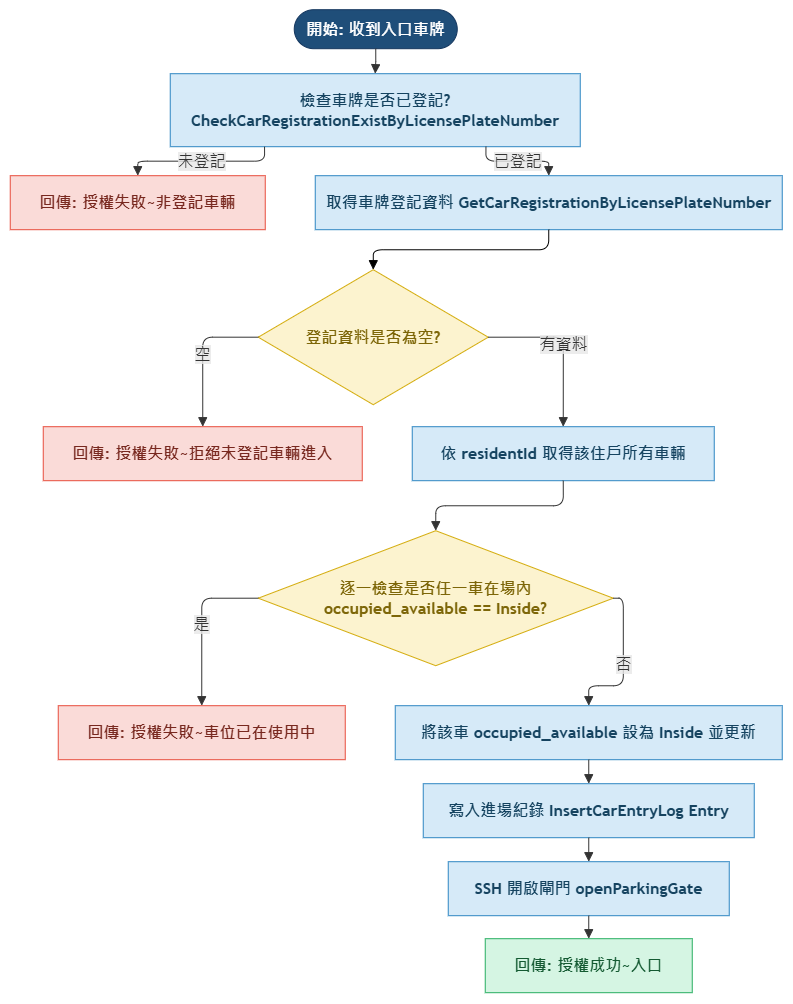
Earlier version of the draw.io export 入口授權詳細流程圖.png (voicetech100/ParkingWeb). Source tidied: cells renumbered, new cells last; positions are measured from the earlier drawing's top-left corner, leaving out a move shared by most shapes. Its diagram source:
```xml
<mxGraphModel>
  <root>
    <mxCell id="0" />
    <mxCell id="1" parent="0" />
    <mxCell id="2" style="group;editIcon=1;lockedGroup=0;groupPadding=10;transparentBounds=1;" parent="1" vertex="1">
      <mxGeometry width="949" height="913" as="geometry" />
    </mxCell>
    <mxCell id="3" value="開始: 收到入口車牌" style="html=1;rounded=1;whiteSpace=wrap;arcSize=50;strokeWidth=1;fillColor=#1F4E79;strokeColor=#14365E;fontColor=#FFFFFF;fontFamily=Trebuchet MS,Verdana,Arial,sans-serif;fontSize=16;fontStyle=1;" parent="2" vertex="1">
      <mxGeometry x="310" y="35" width="163" height="39" as="geometry" />
    </mxCell>
    <mxCell id="4" value="檢查車牌是否已登記?&#10;CheckCarRegistrationExistByLicensePlateNumber" style="html=1;whiteSpace=wrap;strokeWidth=1;fillColor=#D6EAF8;strokeColor=#2E86C1;fontColor=#154360;fontFamily=Trebuchet MS,Verdana,Arial,sans-serif;fontSize=16;fontStyle=1;" parent="2" vertex="1">
      <mxGeometry x="186" y="99" width="410" height="73" as="geometry" />
    </mxCell>
    <mxCell id="5" value="回傳: 授權失敗~非登記車輛" style="html=1;whiteSpace=wrap;strokeWidth=1;fillColor=#FADBD8;strokeColor=#E74C3C;fontColor=#78281F;fontFamily=Trebuchet MS,Verdana,Arial,sans-serif;fontSize=16;fontStyle=1;" parent="2" vertex="1">
      <mxGeometry x="26" y="201" width="255" height="54" as="geometry" />
    </mxCell>
    <mxCell id="6" value="取得車牌登記資料 GetCarRegistrationByLicensePlateNumber" style="html=1;whiteSpace=wrap;strokeWidth=1;fillColor=#D6EAF8;strokeColor=#2E86C1;fontColor=#154360;fontFamily=Trebuchet MS,Verdana,Arial,sans-serif;fontSize=16;fontStyle=1;" parent="2" vertex="1">
      <mxGeometry x="331" y="201" width="467" height="54" as="geometry" />
    </mxCell>
    <mxCell id="7" value="登記資料是否為空?" style="rhombus;html=1;strokeWidth=1;whiteSpace=wrap;fillColor=#FCF3CF;strokeColor=#D4AC0D;fontColor=#7D6608;fontFamily=Trebuchet MS,Verdana,Arial,sans-serif;fontSize=16;fontStyle=1;verticalAlign=middle;" parent="2" vertex="1">
      <mxGeometry x="274" y="295" width="230" height="135" as="geometry" />
    </mxCell>
    <mxCell id="8" value="回傳: 授權失敗~拒絕未登記車輛進入" style="html=1;whiteSpace=wrap;strokeWidth=1;fillColor=#FADBD8;strokeColor=#E74C3C;fontColor=#78281F;fontFamily=Trebuchet MS,Verdana,Arial,sans-serif;fontSize=16;fontStyle=1;" parent="2" vertex="1">
      <mxGeometry x="59" y="452" width="319" height="54" as="geometry" />
    </mxCell>
    <mxCell id="9" value="依 residentId 取得該住戶所有車輛" style="html=1;whiteSpace=wrap;strokeWidth=1;fillColor=#D6EAF8;strokeColor=#2E86C1;fontColor=#154360;fontFamily=Trebuchet MS,Verdana,Arial,sans-serif;fontSize=16;fontStyle=1;" parent="2" vertex="1">
      <mxGeometry x="428" y="452" width="302" height="54" as="geometry" />
    </mxCell>
    <mxCell id="10" value="逐一檢查是否任一車在場內&#10;occupied_available == Inside?" style="rhombus;html=1;strokeWidth=1;whiteSpace=wrap;fillColor=#FCF3CF;strokeColor=#D4AC0D;fontColor=#7D6608;fontFamily=Trebuchet MS,Verdana,Arial,sans-serif;fontSize=16;fontStyle=1;" parent="2" vertex="1">
      <mxGeometry x="274" y="556" width="355" height="135" as="geometry" />
    </mxCell>
    <mxCell id="11" value="回傳: 授權失敗~車位已在使用中" style="html=1;whiteSpace=wrap;strokeWidth=1;fillColor=#FADBD8;strokeColor=#E74C3C;fontColor=#78281F;fontFamily=Trebuchet MS,Verdana,Arial,sans-serif;fontSize=16;fontStyle=1;" parent="2" vertex="1">
      <mxGeometry x="74" y="731" width="287" height="54" as="geometry" />
    </mxCell>
    <mxCell id="12" value="將該車 occupied_available 設為 Inside 並更新" style="html=1;whiteSpace=wrap;strokeWidth=1;fillColor=#D6EAF8;strokeColor=#2E86C1;fontColor=#154360;fontFamily=Trebuchet MS,Verdana,Arial,sans-serif;fontSize=16;fontStyle=1;" parent="2" vertex="1">
      <mxGeometry x="411" y="731" width="387" height="54" as="geometry" />
    </mxCell>
    <mxCell id="13" value="寫入進場紀錄 InsertCarEntryLog Entry" style="html=1;whiteSpace=wrap;strokeWidth=1;fillColor=#D6EAF8;strokeColor=#2E86C1;fontColor=#154360;fontFamily=Trebuchet MS,Verdana,Arial,sans-serif;fontSize=16;fontStyle=1;" parent="2" vertex="1">
      <mxGeometry x="439" y="809" width="331" height="54" as="geometry" />
    </mxCell>
    <mxCell id="14" value="SSH 開啟閘門 openParkingGate" style="html=1;whiteSpace=wrap;strokeWidth=1;fillColor=#D6EAF8;strokeColor=#2E86C1;fontColor=#154360;fontFamily=Trebuchet MS,Verdana,Arial,sans-serif;fontSize=16;fontStyle=1;" parent="2" vertex="1">
      <mxGeometry x="464" y="887" width="281" height="54" as="geometry" />
    </mxCell>
    <mxCell id="15" value="回傳: 授權成功~入口" style="html=1;whiteSpace=wrap;strokeWidth=1;fillColor=#D5F5E3;strokeColor=#27AE60;fontColor=#145A32;fontFamily=Trebuchet MS,Verdana,Arial,sans-serif;fontSize=16;fontStyle=1;" parent="2" vertex="1">
      <mxGeometry x="501" y="964" width="207" height="54" as="geometry" />
    </mxCell>
    <mxCell id="16" style="startArrow=none;endArrow=block;endSize=7;strokeColor=light-dark(#333333,#cccccc);exitX=0.5;exitY=1;entryX=0.5;entryY=0;rounded=0;edgeStyle=orthogonalEdgeStyle;" parent="2" edge="1" source="3" target="4">
      <mxGeometry relative="1" as="geometry" />
    </mxCell>
    <mxCell id="17" value="未登記" style="startArrow=none;endArrow=block;endSize=7;strokeColor=light-dark(#333333,#cccccc);html=1;fontSize=16;labelBackgroundColor=light-dark(#E8E8E88D,#2a2a2a8D);fontFamily=Trebuchet MS,Verdana,Arial,sans-serif;fontColor=light-dark(#333333,#cccccc);exitX=0.23;exitY=1;entryX=0.5;entryY=0;rounded=1;edgeStyle=orthogonalEdgeStyle;curved=0;" parent="2" edge="1" source="4" target="5">
      <mxGeometry relative="1" as="geometry" />
    </mxCell>
    <mxCell id="18" value="已登記" style="startArrow=none;endArrow=block;endSize=7;strokeColor=light-dark(#333333,#cccccc);html=1;fontSize=16;labelBackgroundColor=light-dark(#E8E8E88D,#2a2a2a8D);fontFamily=Trebuchet MS,Verdana,Arial,sans-serif;fontColor=light-dark(#333333,#cccccc);exitX=0.77;exitY=1;entryX=0.5;entryY=0;rounded=1;edgeStyle=orthogonalEdgeStyle;curved=0;" parent="2" edge="1" source="4" target="6">
      <mxGeometry relative="1" as="geometry" />
    </mxCell>
    <mxCell id="19" style="startArrow=none;endArrow=block;endSize=7;strokeColor=default;exitX=0.5;exitY=1;entryX=0.5;entryY=0;rounded=1;edgeStyle=orthogonalEdgeStyle;entryDx=0;entryDy=0;strokeWidth=1;curved=0;" parent="2" edge="1" source="6" target="7">
      <mxGeometry relative="1" as="geometry" />
    </mxCell>
    <mxCell id="20" value="空" style="startArrow=none;endArrow=block;endSize=7;strokeColor=light-dark(#333333,#cccccc);html=1;fontSize=16;labelBackgroundColor=light-dark(#E8E8E88D,#2a2a2a8D);fontFamily=Trebuchet MS,Verdana,Arial,sans-serif;fontColor=light-dark(#333333,#cccccc);exitX=0;exitY=0.5;entryX=0.5;entryY=0;rounded=1;edgeStyle=orthogonalEdgeStyle;exitDx=0;exitDy=0;curved=0;" parent="2" edge="1" source="7" target="8">
      <mxGeometry relative="1" as="geometry" />
    </mxCell>
    <mxCell id="21" value="有資料" style="startArrow=none;endArrow=block;endSize=7;strokeColor=light-dark(#333333,#cccccc);html=1;fontSize=16;labelBackgroundColor=light-dark(#E8E8E88D,#2a2a2a8D);fontFamily=Trebuchet MS,Verdana,Arial,sans-serif;fontColor=light-dark(#333333,#cccccc);exitX=1;exitY=0.5;entryX=0.5;entryY=0;rounded=1;verticalAlign=middle;align=center;edgeStyle=orthogonalEdgeStyle;exitDx=0;exitDy=0;curved=0;" parent="2" edge="1" source="7" target="9">
      <mxGeometry relative="1" as="geometry" />
    </mxCell>
    <mxCell id="22" style="startArrow=none;endArrow=block;endSize=7;strokeColor=light-dark(#333333,#cccccc);exitX=0.5;exitY=1;entryX=0.5;entryY=0;rounded=1;edgeStyle=orthogonalEdgeStyle;curved=0;" parent="2" edge="1" source="9" target="10">
      <mxGeometry relative="1" as="geometry" />
    </mxCell>
    <mxCell id="23" value="是" style="startArrow=none;endArrow=block;endSize=7;strokeColor=light-dark(#333333,#cccccc);html=1;fontSize=16;labelBackgroundColor=light-dark(#E8E8E88D,#2a2a2a8D);fontFamily=Trebuchet MS,Verdana,Arial,sans-serif;fontColor=light-dark(#333333,#cccccc);exitX=0;exitY=0.5;entryX=0.5;entryY=0;rounded=1;edgeStyle=orthogonalEdgeStyle;exitDx=0;exitDy=0;curved=0;" parent="2" edge="1" source="10" target="11">
      <mxGeometry relative="1" as="geometry" />
    </mxCell>
    <mxCell id="24" value="否" style="startArrow=none;endArrow=block;endSize=7;strokeColor=light-dark(#333333,#cccccc);html=1;fontSize=16;labelBackgroundColor=light-dark(#E8E8E88D,#2a2a2a8D);fontFamily=Trebuchet MS,Verdana,Arial,sans-serif;fontColor=light-dark(#333333,#cccccc);exitX=1;exitY=0.5;entryX=0.5;entryY=0;rounded=1;edgeStyle=orthogonalEdgeStyle;exitDx=0;exitDy=0;curved=0;" parent="2" edge="1" source="10" target="12">
      <mxGeometry relative="1" as="geometry" />
    </mxCell>
    <mxCell id="25" style="startArrow=none;endArrow=block;endSize=7;strokeColor=light-dark(#333333,#cccccc);exitX=0.5;exitY=1;entryX=0.5;entryY=0;rounded=0;edgeStyle=orthogonalEdgeStyle;" parent="2" edge="1" source="12" target="13">
      <mxGeometry relative="1" as="geometry" />
    </mxCell>
    <mxCell id="26" style="startArrow=none;endArrow=block;endSize=7;strokeColor=light-dark(#333333,#cccccc);exitX=0.5;exitY=1;entryX=0.5;entryY=0;rounded=0;edgeStyle=orthogonalEdgeStyle;" parent="2" edge="1" source="13" target="14">
      <mxGeometry relative="1" as="geometry" />
    </mxCell>
    <mxCell id="27" style="startArrow=none;endArrow=block;endSize=7;strokeColor=light-dark(#333333,#cccccc);exitX=0.5;exitY=1;entryX=0.5;entryY=0;rounded=0;edgeStyle=orthogonalEdgeStyle;" parent="2" edge="1" source="14" target="15">
      <mxGeometry relative="1" as="geometry" />
    </mxCell>
  </root>
</mxGraphModel>
```
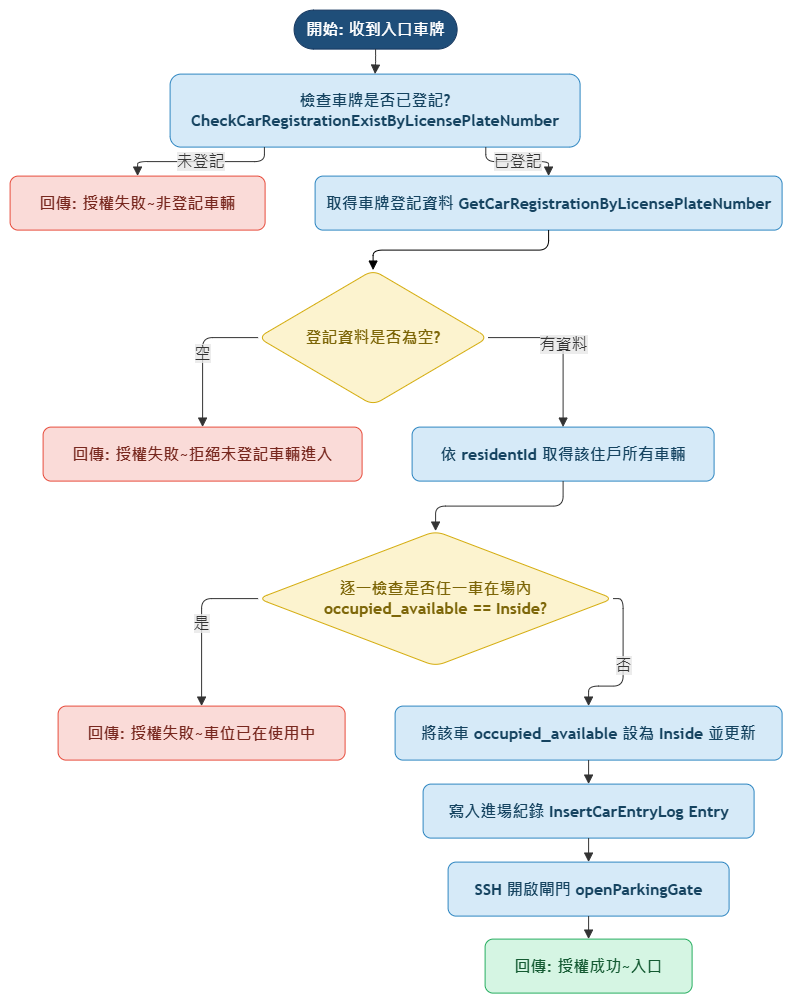
After the commit.

What changed in the source:
```diff
@@ -2,49 +2,49 @@
   <root>
     <mxCell id="0" />
     <mxCell id="1" parent="0" />
-    <mxCell id="2" style="group;editIcon=1;lockedGroup=0;groupPadding=10;transparentBounds=1;" parent="1" vertex="1">
+    <mxCell id="2" style="group;editIcon=1;lockedGroup=0;groupPadding=10;transparentBounds=1;rounded=1;curved=0;" parent="1" vertex="1">
       <mxGeometry width="949" height="913" as="geometry" />
     </mxCell>
-    <mxCell id="3" value="開始: 收到入口車牌" style="html=1;rounded=1;whiteSpace=wrap;arcSize=50;strokeWidth=1;fillColor=#1F4E79;strokeColor=#14365E;fontColor=#FFFFFF;fontFamily=Trebuchet MS,Verdana,Arial,sans-serif;fontSize=16;fontStyle=1;" parent="2" vertex="1">
+    <mxCell id="3" value="開始: 收到入口車牌" style="html=1;rounded=1;whiteSpace=wrap;arcSize=50;strokeWidth=1;fillColor=#1F4E79;strokeColor=#14365E;fontColor=#FFFFFF;fontFamily=Trebuchet MS,Verdana,Arial,sans-serif;fontSize=16;fontStyle=1;curved=0;" parent="2" vertex="1">
       <mxGeometry x="310" y="35" width="163" height="39" as="geometry" />
     </mxCell>
-    <mxCell id="4" value="檢查車牌是否已登記?&#10;CheckCarRegistrationExistByLicensePlateNumber" style="html=1;whiteSpace=wrap;strokeWidth=1;fillColor=#D6EAF8;strokeColor=#2E86C1;fontColor=#154360;fontFamily=Trebuchet MS,Verdana,Arial,sans-serif;fontSize=16;fontStyle=1;" parent="2" vertex="1">
+    <mxCell id="4" value="檢查車牌是否已登記?&#10;CheckCarRegistrationExistByLicensePlateNumber" style="html=1;whiteSpace=wrap;strokeWidth=1;fillColor=#D6EAF8;strokeColor=#2E86C1;fontColor=#154360;fontFamily=Trebuchet MS,Verdana,Arial,sans-serif;fontSize=16;fontStyle=1;rounded=1;curved=0;" parent="2" vertex="1">
       <mxGeometry x="186" y="99" width="410" height="73" as="geometry" />
     </mxCell>
-    <mxCell id="5" value="回傳: 授權失敗~非登記車輛" style="html=1;whiteSpace=wrap;strokeWidth=1;fillColor=#FADBD8;strokeColor=#E74C3C;fontColor=#78281F;fontFamily=Trebuchet MS,Verdana,Arial,sans-serif;fontSize=16;fontStyle=1;" parent="2" vertex="1">
+    <mxCell id="5" value="回傳: 授權失敗~非登記車輛" style="html=1;whiteSpace=wrap;strokeWidth=1;fillColor=#FADBD8;strokeColor=#E74C3C;fontColor=#78281F;fontFamily=Trebuchet MS,Verdana,Arial,sans-serif;fontSize=16;fontStyle=1;rounded=1;curved=0;" parent="2" vertex="1">
       <mxGeometry x="26" y="201" width="255" height="54" as="geometry" />
     </mxCell>
-    <mxCell id="6" value="取得車牌登記資料 GetCarRegistrationByLicensePlateNumber" style="html=1;whiteSpace=wrap;strokeWidth=1;fillColor=#D6EAF8;strokeColor=#2E86C1;fontColor=#154360;fontFamily=Trebuchet MS,Verdana,Arial,sans-serif;fontSize=16;fontStyle=1;" parent="2" vertex="1">
+    <mxCell id="6" value="取得車牌登記資料 GetCarRegistrationByLicensePlateNumber" style="html=1;whiteSpace=wrap;strokeWidth=1;fillColor=#D6EAF8;strokeColor=#2E86C1;fontColor=#154360;fontFamily=Trebuchet MS,Verdana,Arial,sans-serif;fontSize=16;fontStyle=1;rounded=1;curved=0;" parent="2" vertex="1">
       <mxGeometry x="331" y="201" width="467" height="54" as="geometry" />
     </mxCell>
-    <mxCell id="7" value="登記資料是否為空?" style="rhombus;html=1;strokeWidth=1;whiteSpace=wrap;fillColor=#FCF3CF;strokeColor=#D4AC0D;fontColor=#7D6608;fontFamily=Trebuchet MS,Verdana,Arial,sans-serif;fontSize=16;fontStyle=1;verticalAlign=middle;" parent="2" vertex="1">
+    <mxCell id="7" value="登記資料是否為空?" style="rhombus;html=1;strokeWidth=1;whiteSpace=wrap;fillColor=#FCF3CF;strokeColor=#D4AC0D;fontColor=#7D6608;fontFamily=Trebuchet MS,Verdana,Arial,sans-serif;fontSize=16;fontStyle=1;verticalAlign=middle;rounded=1;curved=0;" parent="2" vertex="1">
       <mxGeometry x="274" y="295" width="230" height="135" as="geometry" />
     </mxCell>
-    <mxCell id="8" value="回傳: 授權失敗~拒絕未登記車輛進入" style="html=1;whiteSpace=wrap;strokeWidth=1;fillColor=#FADBD8;strokeColor=#E74C3C;fontColor=#78281F;fontFamily=Trebuchet MS,Verdana,Arial,sans-serif;fontSize=16;fontStyle=1;" parent="2" vertex="1">
+    <mxCell id="8" value="回傳: 授權失敗~拒絕未登記車輛進入" style="html=1;whiteSpace=wrap;strokeWidth=1;fillColor=#FADBD8;strokeColor=#E74C3C;fontColor=#78281F;fontFamily=Trebuchet MS,Verdana,Arial,sans-serif;fontSize=16;fontStyle=1;rounded=1;curved=0;" parent="2" vertex="1">
       <mxGeometry x="59" y="452" width="319" height="54" as="geometry" />
     </mxCell>
-    <mxCell id="9" value="依 residentId 取得該住戶所有車輛" style="html=1;whiteSpace=wrap;strokeWidth=1;fillColor=#D6EAF8;strokeColor=#2E86C1;fontColor=#154360;fontFamily=Trebuchet MS,Verdana,Arial,sans-serif;fontSize=16;fontStyle=1;" parent="2" vertex="1">
+    <mxCell id="9" value="依 residentId 取得該住戶所有車輛" style="html=1;whiteSpace=wrap;strokeWidth=1;fillColor=#D6EAF8;strokeColor=#2E86C1;fontColor=#154360;fontFamily=Trebuchet MS,Verdana,Arial,sans-serif;fontSize=16;fontStyle=1;rounded=1;curved=0;" parent="2" vertex="1">
       <mxGeometry x="428" y="452" width="302" height="54" as="geometry" />
     </mxCell>
-    <mxCell id="10" value="逐一檢查是否任一車在場內&#10;occupied_available == Inside?" style="rhombus;html=1;strokeWidth=1;whiteSpace=wrap;fillColor=#FCF3CF;strokeColor=#D4AC0D;fontColor=#7D6608;fontFamily=Trebuchet MS,Verdana,Arial,sans-serif;fontSize=16;fontStyle=1;" parent="2" vertex="1">
+    <mxCell id="10" value="逐一檢查是否任一車在場內&#10;occupied_available == Inside?" style="rhombus;html=1;strokeWidth=1;whiteSpace=wrap;fillColor=#FCF3CF;strokeColor=#D4AC0D;fontColor=#7D6608;fontFamily=Trebuchet MS,Verdana,Arial,sans-serif;fontSize=16;fontStyle=1;rounded=1;curved=0;" parent="2" vertex="1">
       <mxGeometry x="274" y="556" width="355" height="135" as="geometry" />
     </mxCell>
-    <mxCell id="11" value="回傳: 授權失敗~車位已在使用中" style="html=1;whiteSpace=wrap;strokeWidth=1;fillColor=#FADBD8;strokeColor=#E74C3C;fontColor=#78281F;fontFamily=Trebuchet MS,Verdana,Arial,sans-serif;fontSize=16;fontStyle=1;" parent="2" vertex="1">
+    <mxCell id="11" value="回傳: 授權失敗~車位已在使用中" style="html=1;whiteSpace=wrap;strokeWidth=1;fillColor=#FADBD8;strokeColor=#E74C3C;fontColor=#78281F;fontFamily=Trebuchet MS,Verdana,Arial,sans-serif;fontSize=16;fontStyle=1;rounded=1;curved=0;" parent="2" vertex="1">
       <mxGeometry x="74" y="731" width="287" height="54" as="geometry" />
     </mxCell>
-    <mxCell id="12" value="將該車 occupied_available 設為 Inside 並更新" style="html=1;whiteSpace=wrap;strokeWidth=1;fillColor=#D6EAF8;strokeColor=#2E86C1;fontColor=#154360;fontFamily=Trebuchet MS,Verdana,Arial,sans-serif;fontSize=16;fontStyle=1;" parent="2" vertex="1">
+    <mxCell id="12" value="將該車 occupied_available 設為 Inside 並更新" style="html=1;whiteSpace=wrap;strokeWidth=1;fillColor=#D6EAF8;strokeColor=#2E86C1;fontColor=#154360;fontFamily=Trebuchet MS,Verdana,Arial,sans-serif;fontSize=16;fontStyle=1;rounded=1;curved=0;" parent="2" vertex="1">
       <mxGeometry x="411" y="731" width="387" height="54" as="geometry" />
     </mxCell>
-    <mxCell id="13" value="寫入進場紀錄 InsertCarEntryLog Entry" style="html=1;whiteSpace=wrap;strokeWidth=1;fillColor=#D6EAF8;strokeColor=#2E86C1;fontColor=#154360;fontFamily=Trebuchet MS,Verdana,Arial,sans-serif;fontSize=16;fontStyle=1;" parent="2" vertex="1">
+    <mxCell id="13" value="寫入進場紀錄 InsertCarEntryLog Entry" style="html=1;whiteSpace=wrap;strokeWidth=1;fillColor=#D6EAF8;strokeColor=#2E86C1;fontColor=#154360;fontFamily=Trebuchet MS,Verdana,Arial,sans-serif;fontSize=16;fontStyle=1;rounded=1;curved=0;" parent="2" vertex="1">
       <mxGeometry x="439" y="809" width="331" height="54" as="geometry" />
     </mxCell>
-    <mxCell id="14" value="SSH 開啟閘門 openParkingGate" style="html=1;whiteSpace=wrap;strokeWidth=1;fillColor=#D6EAF8;strokeColor=#2E86C1;fontColor=#154360;fontFamily=Trebuchet MS,Verdana,Arial,sans-serif;fontSize=16;fontStyle=1;" parent="2" vertex="1">
+    <mxCell id="14" value="SSH 開啟閘門 openParkingGate" style="html=1;whiteSpace=wrap;strokeWidth=1;fillColor=#D6EAF8;strokeColor=#2E86C1;fontColor=#154360;fontFamily=Trebuchet MS,Verdana,Arial,sans-serif;fontSize=16;fontStyle=1;rounded=1;curved=0;" parent="2" vertex="1">
       <mxGeometry x="464" y="887" width="281" height="54" as="geometry" />
     </mxCell>
-    <mxCell id="15" value="回傳: 授權成功~入口" style="html=1;whiteSpace=wrap;strokeWidth=1;fillColor=#D5F5E3;strokeColor=#27AE60;fontColor=#145A32;fontFamily=Trebuchet MS,Verdana,Arial,sans-serif;fontSize=16;fontStyle=1;" parent="2" vertex="1">
+    <mxCell id="15" value="回傳: 授權成功~入口" style="html=1;whiteSpace=wrap;strokeWidth=1;fillColor=#D5F5E3;strokeColor=#27AE60;fontColor=#145A32;fontFamily=Trebuchet MS,Verdana,Arial,sans-serif;fontSize=16;fontStyle=1;rounded=1;curved=0;" parent="2" vertex="1">
       <mxGeometry x="501" y="964" width="207" height="54" as="geometry" />
     </mxCell>
-    <mxCell id="16" style="startArrow=none;endArrow=block;endSize=7;strokeColor=light-dark(#333333,#cccccc);exitX=0.5;exitY=1;entryX=0.5;entryY=0;rounded=0;edgeStyle=orthogonalEdgeStyle;" parent="2" edge="1" source="3" target="4">
+    <mxCell id="16" style="startArrow=none;endArrow=block;endSize=7;strokeColor=light-dark(#333333,#cccccc);exitX=0.5;exitY=1;entryX=0.5;entryY=0;rounded=1;edgeStyle=orthogonalEdgeStyle;curved=0;" parent="2" edge="1" source="3" target="4">
       <mxGeometry relative="1" as="geometry" />
     </mxCell>
     <mxCell id="17" value="未登記" style="startArrow=none;endArrow=block;endSize=7;strokeColor=light-dark(#333333,#cccccc);html=1;fontSize=16;labelBackgroundColor=light-dark(#E8E8E88D,#2a2a2a8D);fontFamily=Trebuchet MS,Verdana,Arial,sans-serif;fontColor=light-dark(#333333,#cccccc);exitX=0.23;exitY=1;entryX=0.5;entryY=0;rounded=1;edgeStyle=orthogonalEdgeStyle;curved=0;" parent="2" edge="1" source="4" target="5">
@@ -71,13 +71,13 @@
     <mxCell id="24" value="否" style="startArrow=none;endArrow=block;endSize=7;strokeColor=light-dark(#333333,#cccccc);html=1;fontSize=16;labelBackgroundColor=light-dark(#E8E8E88D,#2a2a2a8D);fontFamily=Trebuchet MS,Verdana,Arial,sans-serif;fontColor=light-dark(#333333,#cccccc);exitX=1;exitY=0.5;entryX=0.5;entryY=0;rounded=1;edgeStyle=orthogonalEdgeStyle;exitDx=0;exitDy=0;curved=0;" parent="2" edge="1" source="10" target="12">
       <mxGeometry relative="1" as="geometry" />
     </mxCell>
-    <mxCell id="25" style="startArrow=none;endArrow=block;endSize=7;strokeColor=light-dark(#333333,#cccccc);exitX=0.5;exitY=1;entryX=0.5;entryY=0;rounded=0;edgeStyle=orthogonalEdgeStyle;" parent="2" edge="1" source="12" target="13">
+    <mxCell id="25" style="startArrow=none;endArrow=block;endSize=7;strokeColor=light-dark(#333333,#cccccc);exitX=0.5;exitY=1;entryX=0.5;entryY=0;rounded=1;edgeStyle=orthogonalEdgeStyle;curved=0;" parent="2" edge="1" source="12" target="13">
       <mxGeometry relative="1" as="geometry" />
     </mxCell>
-    <mxCell id="26" style="startArrow=none;endArrow=block;endSize=7;strokeColor=light-dark(#333333,#cccccc);exitX=0.5;exitY=1;entryX=0.5;entryY=0;rounded=0;edgeStyle=orthogonalEdgeStyle;" parent="2" edge="1" source="13" target="14">
+    <mxCell id="26" style="startArrow=none;endArrow=block;endSize=7;strokeColor=light-dark(#333333,#cccccc);exitX=0.5;exitY=1;entryX=0.5;entryY=0;rounded=1;edgeStyle=orthogonalEdgeStyle;curved=0;" parent="2" edge="1" source="13" target="14">
       <mxGeometry relative="1" as="geometry" />
     </mxCell>
-    <mxCell id="27" style="startArrow=none;endArrow=block;endSize=7;strokeColor=light-dark(#333333,#cccccc);exitX=0.5;exitY=1;entryX=0.5;entryY=0;rounded=0;edgeStyle=orthogonalEdgeStyle;" parent="2" edge="1" source="14" target="15">
+    <mxCell id="27" style="startArrow=none;endArrow=block;endSize=7;strokeColor=light-dark(#333333,#cccccc);exitX=0.5;exitY=1;entryX=0.5;entryY=0;rounded=1;edgeStyle=orthogonalEdgeStyle;curved=0;" parent="2" edge="1" source="14" target="15">
       <mxGeometry relative="1" as="geometry" />
     </mxCell>
   </root>
```
